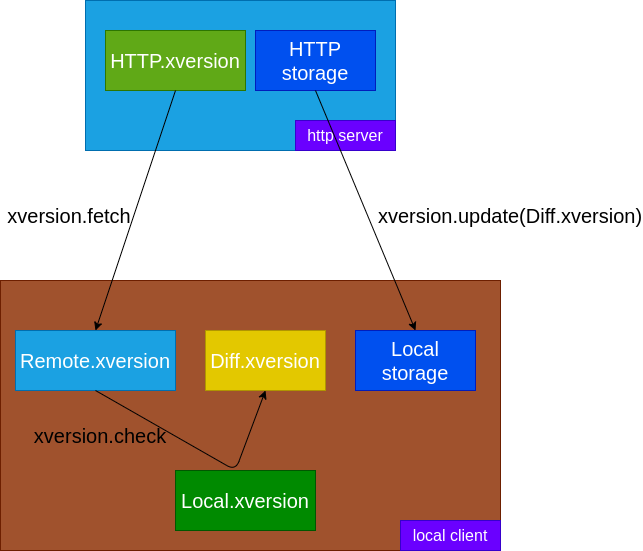
The draw.io diagram res/overview.drawio.png in medky/xversion, before a commit. Source tidied: cells renumbered, new cells last; positions are measured from the earlier drawing's top-left corner, leaving out a move shared by most shapes.
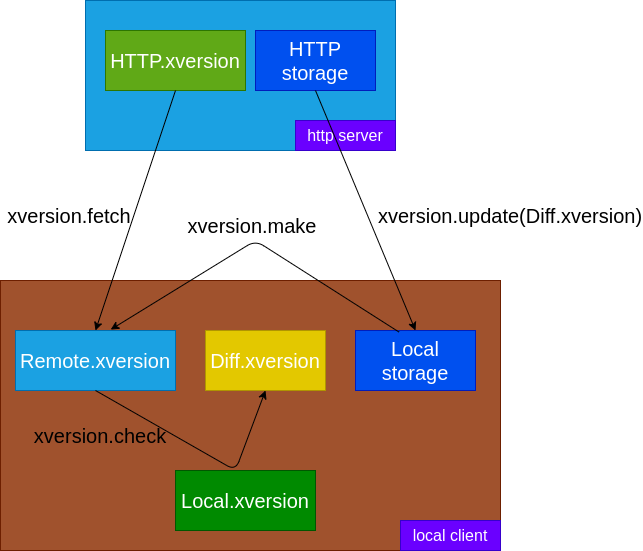
After the commit.

Commit message:
add xversion make

Diff of the diagram source:
```diff
@@ -54,5 +54,15 @@
     <mxCell id="17" value="xversion.update(Diff.xversion)" style="text;html=1;strokeColor=none;fillColor=none;align=center;verticalAlign=middle;whiteSpace=wrap;rounded=0;fontSize=20;" parent="1" vertex="1">
       <mxGeometry x="405" y="200" width="210" height="30" as="geometry" />
     </mxCell>
+    <mxCell id="18" style="endArrow=classic;html=1;fontSize=20;exitX=0.362;exitY=0.025;exitDx=0;exitDy=0;exitPerimeter=0;entryX=0.595;entryY=-0.015;entryDx=0;entryDy=0;entryPerimeter=0;" parent="1" edge="1" source="9" target="7">
+      <mxGeometry relative="1" as="geometry">
+        <Array as="points">
+          <mxPoint x="255" y="240" />
+        </Array>
+      </mxGeometry>
+    </mxCell>
+    <mxCell id="19" value="xversion.make" style="text;html=1;strokeColor=none;fillColor=none;align=center;verticalAlign=middle;whiteSpace=wrap;rounded=0;fontSize=20;" parent="1" vertex="1">
+      <mxGeometry x="207" y="210" width="90" height="30" as="geometry" />
+    </mxCell>
   </root>
 </mxGraphModel>
```
